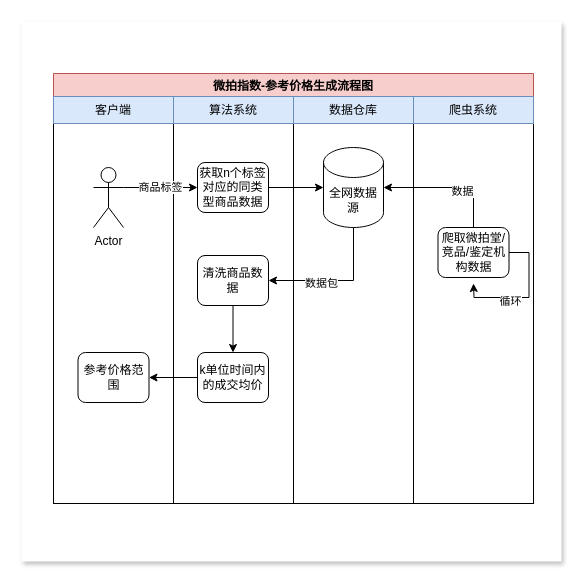
This is 微拍指数.drawio from LuiBu/my-pictures, a draw.io file, before an edit. Source tidied: cells renumbered, new cells numbered last; positions are measured from the earlier drawing's top-left corner, leaving out a move shared by most shapes. Both pictures are drawn from the tidied source at 100%, with x=0, y=0 at pixel (21, 21).
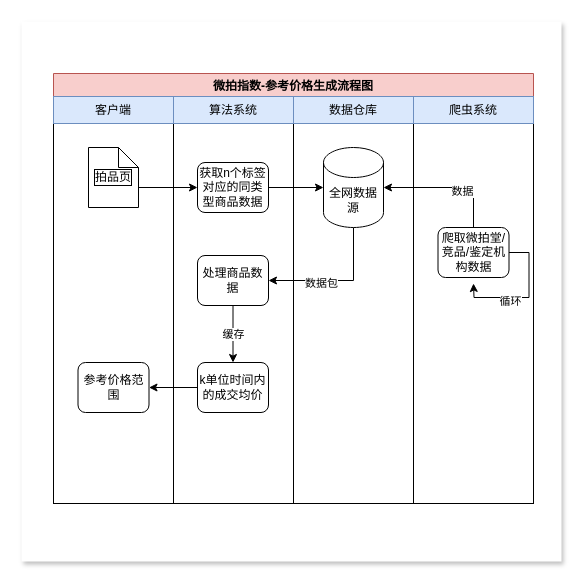
Above is the later version.

Commit message (it also covers changes not shown here):
更新微拍指数.drawio

The change refers to these unchanged cells:
```xml
<mxCell id="3" value="微拍指数-参考价格生成流程图" style="swimlane;startSize=23;fillColor=#f8cecc;strokeColor=#b85450;shadow=0;rounded=0;swimlaneLine=0;" parent="1" vertex="1">
  <mxGeometry x="32" y="52" width="480" height="430" as="geometry" />
</mxCell>
<mxCell id="10" value="获取n个标签对应的同类型商品数据" style="rounded=1;whiteSpace=wrap;html=1;" parent="3" vertex="1">
  <mxGeometry x="144" y="89" width="71" height="50" as="geometry" />
</mxCell>
```

Change to the diagram source:
```diff
@@
-    <mxCell id="11" style="edgeStyle=orthogonalEdgeStyle;rounded=0;jettySize=auto;html=1;exitX=0.5;exitY=1;exitDx=0;exitDy=0;entryX=0.5;entryY=0;entryDx=0;entryDy=0;" parent="3" edge="1" source="12" target="14">
+    <mxCell id="11" value="缓存" style="edgeStyle=orthogonalEdgeStyle;rounded=0;jettySize=auto;html=1;exitX=0.5;exitY=1;exitDx=0;exitDy=0;entryX=0.5;entryY=0;entryDx=0;entryDy=0;" parent="3" edge="1" source="12" target="14">
       <mxGeometry relative="1" as="geometry" />
     </mxCell>
-    <mxCell id="12" value="清洗商品数据" style="rounded=1;whiteSpace=wrap;html=1;" parent="3" vertex="1">
+    <mxCell id="12" value="处理商品数据" style="rounded=1;whiteSpace=wrap;html=1;" parent="3" vertex="1">
       <mxGeometry x="144" y="182" width="71" height="50" as="geometry" />
     </mxCell>
@@
     <mxCell id="14" value="k单位时间内的成交均价" style="rounded=1;whiteSpace=wrap;html=1;" parent="3" vertex="1">
-      <mxGeometry x="144" y="279" width="71" height="50" as="geometry" />
+      <mxGeometry x="144" y="289" width="71" height="50" as="geometry" />
     </mxCell>
@@
-    <mxCell id="16" value="商品标签" style="edgeStyle=orthogonalEdgeStyle;rounded=0;jettySize=auto;html=1;exitX=1;exitY=0.3333333333333333;exitDx=0;exitDy=0;exitPerimeter=0;entryX=0;entryY=0.5;entryDx=0;entryDy=0;" parent="3" edge="1" source="17" target="10">
-      <mxGeometry relative="1" as="geometry" />
-    </mxCell>
-    <mxCell id="17" value="Actor" style="shape=umlActor;verticalLabelPosition=bottom;verticalAlign=top;html=1;outlineConnect=0;" parent="3" vertex="1">
-      <mxGeometry x="40" y="94" width="30" height="60" as="geometry" />
-    </mxCell>
     <mxCell id="18" value="参考价格范围" style="rounded=1;whiteSpace=wrap;html=1;" parent="3" vertex="1">
-      <mxGeometry x="24.5" y="279" width="71" height="50" as="geometry" />
+      <mxGeometry x="24.5" y="289" width="71" height="50" as="geometry" />
     </mxCell>
@@
+    <mxCell id="30" style="edgeStyle=orthogonalEdgeStyle;rounded=0;jettySize=auto;html=1;exitX=0;exitY=0;exitDx=50;exitDy=40;exitPerimeter=0;entryX=0;entryY=0.5;entryDx=0;entryDy=0;labelBorderColor=default;" parent="3" edge="1" source="31" target="10">
+      <mxGeometry relative="1" as="geometry" />
+    </mxCell>
+    <mxCell id="31" value="拍品页" style="shape=note;size=20;whiteSpace=wrap;html=1;rounded=0;shadow=0;labelBorderColor=default;fillColor=#FFFFFF;" parent="3" vertex="1">
+      <mxGeometry x="35" y="74" width="50" height="60" as="geometry" />
+    </mxCell>
```
